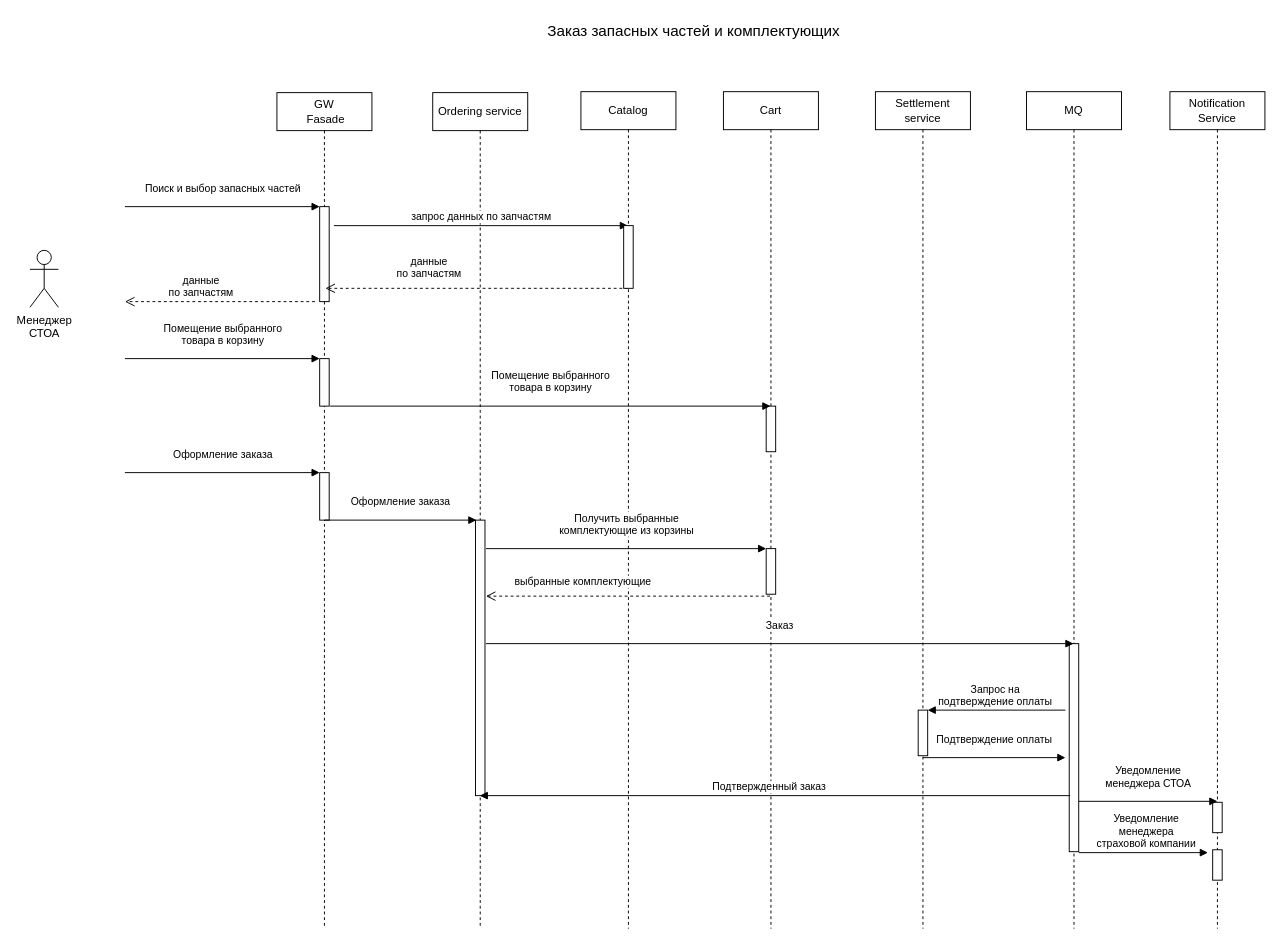
The draw.io diagram 2.Solution/5_3 Sequence_Diagramm.drawio in samsonovsa/OtusArhitectureFinalProject, before the edit. Source tidied: cells renumbered, new cells numbered last; positions are measured from the earlier drawing's top-left corner, leaving out a move shared by most shapes. Both pictures are drawn from the tidied source at 95%, with x=0, y=0 at pixel (29, 16).
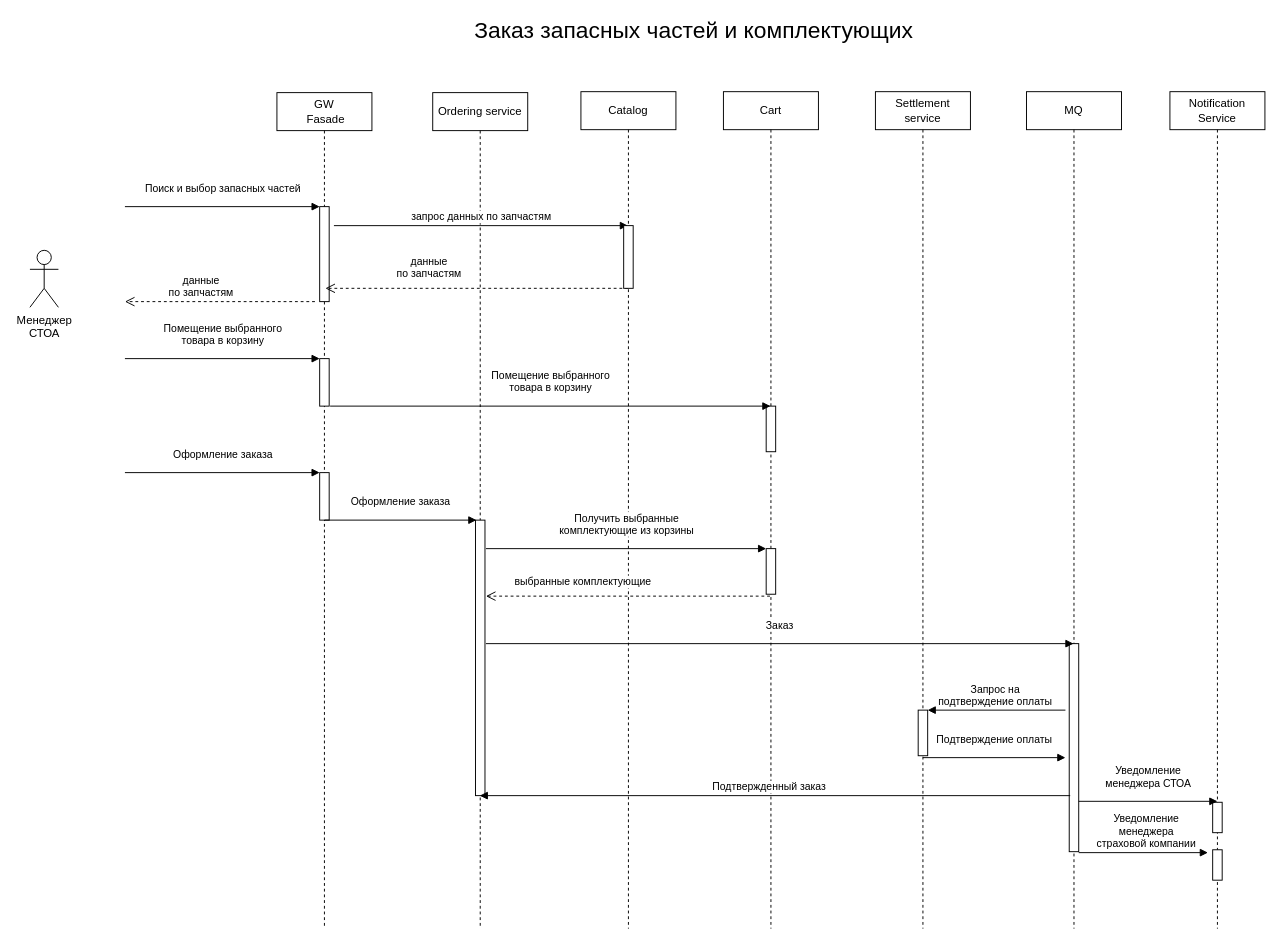
The same diagram, later.

Diff of the diagram source:
```diff
@@
-    <mxCell id="13" value="Заказ запасных частей и комплектующих" style="text;html=1;strokeColor=none;fillColor=none;align=center;verticalAlign=middle;whiteSpace=wrap;rounded=0;fontSize=16;" parent="1" vertex="1">
+    <mxCell id="13" value="Заказ запасных частей и комплектующих" style="text;html=1;strokeColor=none;fillColor=none;align=center;verticalAlign=middle;whiteSpace=wrap;rounded=0;fontSize=24;" parent="1" vertex="1">
       <mxGeometry x="294" width="810" height="30" as="geometry" />
     </mxCell>
```
